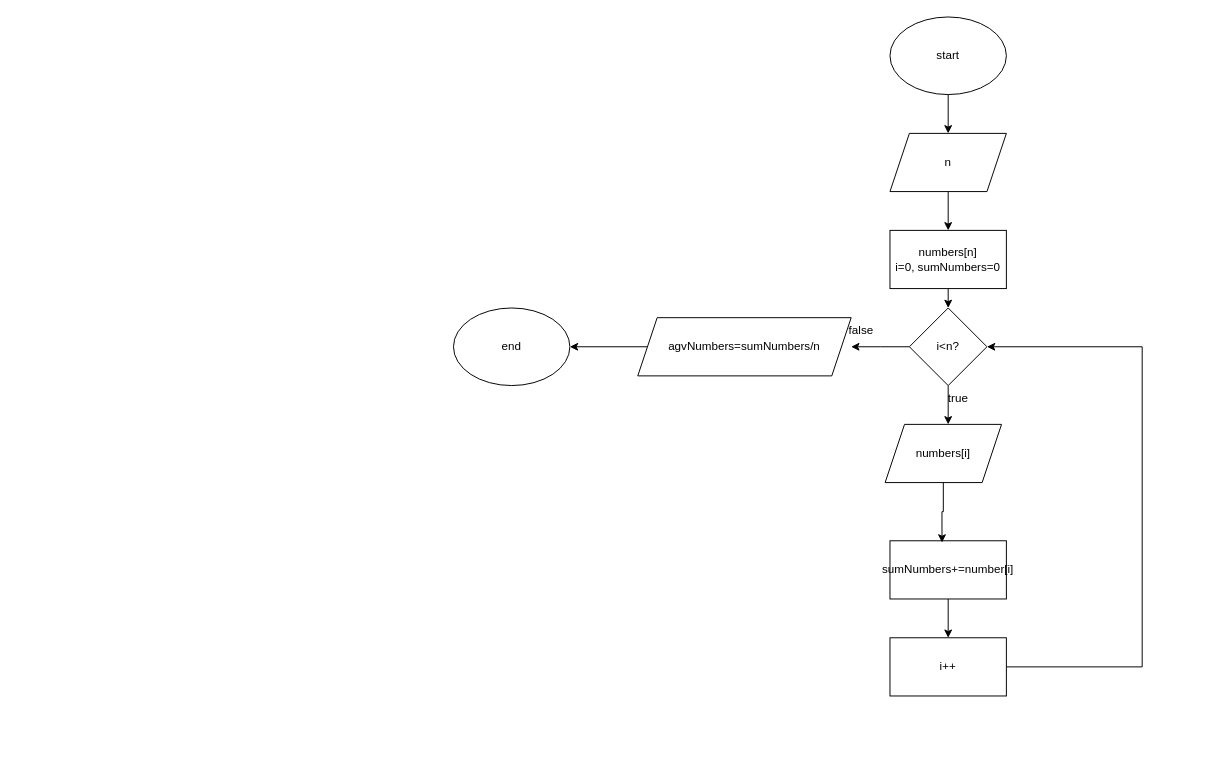
Duongleaaa/C keeps this draw.io diagram as BTSS8/BTH2.drawio. Above is the earlier version. Source tidied: cells renumbered, new cells numbered last; positions are measured from the earlier drawing's top-left corner, leaving out a move shared by most shapes. Both pictures are drawn from the tidied source at 97%, with x=0, y=0 at pixel (453, 16).
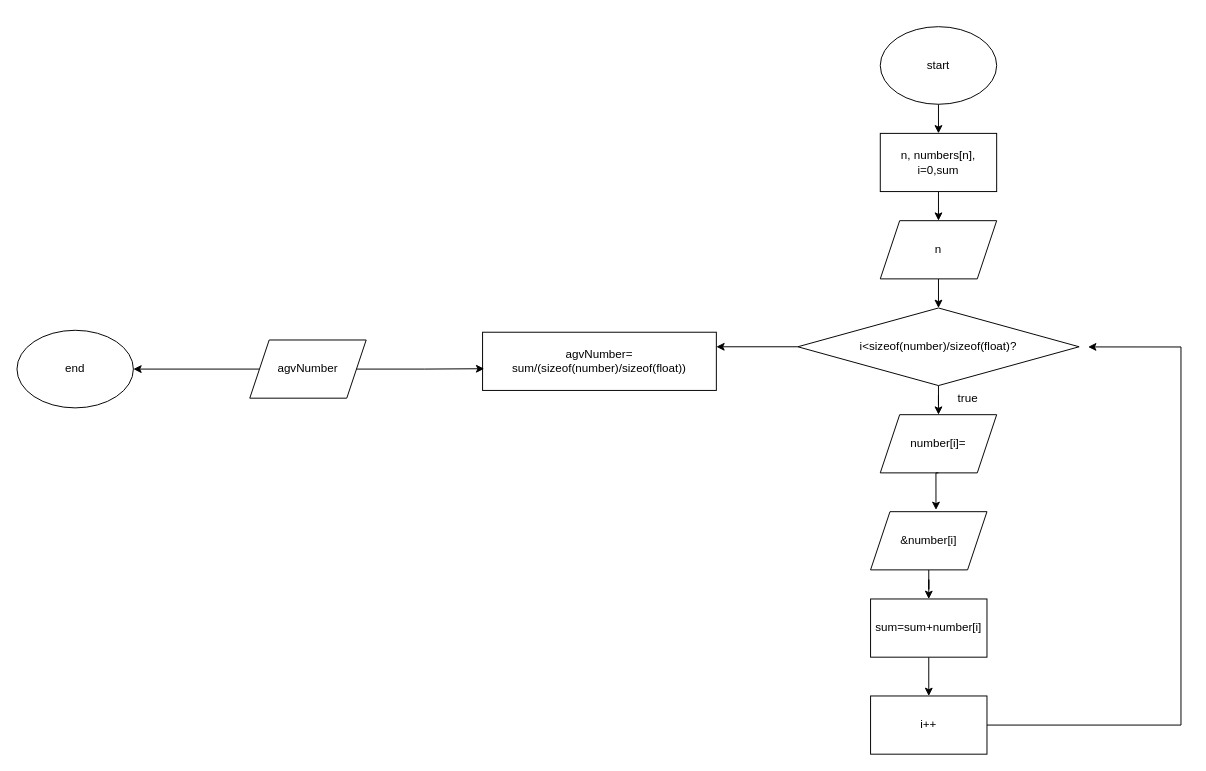
Above is the later version.

What changed in the source:
```diff
@@
-    <mxCell id="2" style="edgeStyle=orthogonalEdgeStyle;rounded=0;jettySize=auto;html=1;exitX=0.5;exitY=1;exitDx=0;exitDy=0;entryX=0.5;entryY=0;entryDx=0;entryDy=0;" parent="1" edge="1" source="3" target="5">
-      <mxGeometry relative="1" as="geometry" />
-    </mxCell>
+    <mxCell id="22" style="edgeStyle=orthogonalEdgeStyle;rounded=0;jettySize=auto;html=1;exitX=0.5;exitY=1;exitDx=0;exitDy=0;entryX=0.5;entryY=0;entryDx=0;entryDy=0;" parent="1" edge="1" source="3" target="24">
+      <mxGeometry relative="1" as="geometry" />
+    </mxCell>
     <mxCell id="3" value="start" style="ellipse;whiteSpace=wrap;html=1;" parent="1" vertex="1">
-      <mxGeometry x="450" width="120" height="80" as="geometry" />
+      <mxGeometry x="440" y="10" width="120" height="80" as="geometry" />
     </mxCell>
-    <mxCell id="4" style="edgeStyle=orthogonalEdgeStyle;rounded=0;jettySize=auto;html=1;exitX=0.5;exitY=1;exitDx=0;exitDy=0;entryX=0.5;entryY=0;entryDx=0;entryDy=0;" parent="1" edge="1" source="5" target="7">
-      <mxGeometry relative="1" as="geometry" />
-    </mxCell>
+    <mxCell id="23" style="edgeStyle=orthogonalEdgeStyle;rounded=0;jettySize=auto;html=1;exitX=0.5;exitY=1;exitDx=0;exitDy=0;entryX=0.5;entryY=0;entryDx=0;entryDy=0;" parent="1" edge="1" source="24" target="5">
+      <mxGeometry relative="1" as="geometry" />
+    </mxCell>
+    <mxCell id="24" value="n, numbers[n],&lt;br&gt;i=0,sum" style="rounded=0;whiteSpace=wrap;html=1;" parent="1" vertex="1">
+      <mxGeometry x="440" y="120" width="120" height="60" as="geometry" />
+    </mxCell>
+    <mxCell id="25" style="edgeStyle=orthogonalEdgeStyle;rounded=0;jettySize=auto;html=1;exitX=0.5;exitY=1;exitDx=0;exitDy=0;entryX=0.5;entryY=0;entryDx=0;entryDy=0;" parent="1" edge="1" source="5" target="28">
+      <mxGeometry relative="1" as="geometry" />
+    </mxCell>
     <mxCell id="5" value="n" style="shape=parallelogram;perimeter=parallelogramPerimeter;whiteSpace=wrap;html=1;fixedSize=1;" parent="1" vertex="1">
-      <mxGeometry x="450" y="120" width="120" height="60" as="geometry" />
+      <mxGeometry x="440" y="210" width="120" height="60" as="geometry" />
     </mxCell>
-    <mxCell id="6" style="edgeStyle=orthogonalEdgeStyle;rounded=0;jettySize=auto;html=1;exitX=0.5;exitY=1;exitDx=0;exitDy=0;entryX=0.5;entryY=0;entryDx=0;entryDy=0;" parent="1" edge="1" source="7" target="10">
-      <mxGeometry relative="1" as="geometry" />
-    </mxCell>
-    <mxCell id="7" value="numbers[n]&lt;br&gt;i=0, sumNumbers=0" style="rounded=0;whiteSpace=wrap;html=1;" parent="1" vertex="1">
-      <mxGeometry x="450" y="220" width="120" height="60" as="geometry" />
-    </mxCell>
-    <mxCell id="8" style="edgeStyle=orthogonalEdgeStyle;rounded=0;jettySize=auto;html=1;exitX=0.5;exitY=1;exitDx=0;exitDy=0;" parent="1" edge="1" source="10">
-      <mxGeometry relative="1" as="geometry">
-        <mxPoint x="510" y="420" as="targetPoint" />
-      </mxGeometry>
-    </mxCell>
-    <mxCell id="9" style="edgeStyle=orthogonalEdgeStyle;rounded=0;jettySize=auto;html=1;exitX=0;exitY=0.5;exitDx=0;exitDy=0;" parent="1" edge="1" source="10">
-      <mxGeometry relative="1" as="geometry">
-        <mxPoint x="410" y="340" as="targetPoint" />
-      </mxGeometry>
-    </mxCell>
-    <mxCell id="10" value="i&amp;lt;n?" style="rhombus;whiteSpace=wrap;html=1;" parent="1" vertex="1">
-      <mxGeometry x="470" y="300" width="80" height="80" as="geometry" />
-    </mxCell>
-    <mxCell id="11" value="false" style="text;html=1;align=center;verticalAlign=middle;strokeColor=none;fillColor=none;" parent="1" vertex="1">
-      <mxGeometry x="395" y="308" width="50" height="30" as="geometry" />
-    </mxCell>
+    <mxCell id="26" style="edgeStyle=orthogonalEdgeStyle;rounded=0;jettySize=auto;html=1;exitX=0.5;exitY=1;exitDx=0;exitDy=0;" parent="1" edge="1" source="28" target="29">
+      <mxGeometry relative="1" as="geometry" />
+    </mxCell>
+    <mxCell id="27" style="edgeStyle=orthogonalEdgeStyle;rounded=0;jettySize=auto;html=1;exitX=0;exitY=0.5;exitDx=0;exitDy=0;entryX=1;entryY=0.25;entryDx=0;entryDy=0;" parent="1" edge="1" source="28" target="33">
+      <mxGeometry relative="1" as="geometry" />
+    </mxCell>
+    <mxCell id="28" value="i&amp;lt;sizeof(number)/sizeof(float)?" style="rhombus;whiteSpace=wrap;html=1;" parent="1" vertex="1">
+      <mxGeometry x="355" y="300" width="290" height="80" as="geometry" />
+    </mxCell>
+    <mxCell id="29" value="number[i]=" style="shape=parallelogram;perimeter=parallelogramPerimeter;whiteSpace=wrap;html=1;fixedSize=1;" parent="1" vertex="1">
+      <mxGeometry x="440" y="410" width="120" height="60" as="geometry" />
+    </mxCell>
+    <mxCell id="30" style="edgeStyle=orthogonalEdgeStyle;rounded=0;jettySize=auto;html=1;exitX=0.5;exitY=1;exitDx=0;exitDy=0;" parent="1" edge="1" source="31" target="35">
+      <mxGeometry relative="1" as="geometry" />
+    </mxCell>
+    <mxCell id="31" value="&amp;amp;number[i]" style="shape=parallelogram;perimeter=parallelogramPerimeter;whiteSpace=wrap;html=1;fixedSize=1;" parent="1" vertex="1">
+      <mxGeometry x="430" y="510" width="120" height="60" as="geometry" />
+    </mxCell>
+    <mxCell id="32" style="edgeStyle=orthogonalEdgeStyle;rounded=0;jettySize=auto;html=1;exitX=1;exitY=0.5;exitDx=0;exitDy=0;entryX=1.032;entryY=0.502;entryDx=0;entryDy=0;entryPerimeter=0;" parent="1" edge="1" source="15" target="28">
+      <mxGeometry relative="1" as="geometry">
+        <Array as="points">
+          <mxPoint x="750" y="730" />
+          <mxPoint x="750" y="340" />
+        </Array>
+      </mxGeometry>
+    </mxCell>
+    <mxCell id="15" value="i++" style="rounded=0;whiteSpace=wrap;html=1;" parent="1" vertex="1">
+      <mxGeometry x="430" y="700" width="120" height="60" as="geometry" />
+    </mxCell>
     <mxCell id="12" value="true" style="text;html=1;align=center;verticalAlign=middle;strokeColor=none;fillColor=none;" parent="1" vertex="1">
-      <mxGeometry x="500" y="378" width="40" height="30" as="geometry" />
+      <mxGeometry x="510" y="378" width="40" height="30" as="geometry" />
     </mxCell>
-    <mxCell id="13" value="numbers[i]" style="shape=parallelogram;perimeter=parallelogramPerimeter;whiteSpace=wrap;html=1;fixedSize=1;" parent="1" vertex="1">
-      <mxGeometry x="445" y="420" width="120" height="60" as="geometry" />
-    </mxCell>
-    <mxCell id="14" style="edgeStyle=orthogonalEdgeStyle;rounded=0;jettySize=auto;html=1;exitX=1;exitY=0.5;exitDx=0;exitDy=0;" parent="1" edge="1" source="15" target="10">
-      <mxGeometry relative="1" as="geometry">
-        <Array as="points">
-          <mxPoint x="710" y="670" />
-          <mxPoint x="710" y="340" />
-        </Array>
-      </mxGeometry>
-    </mxCell>
-    <mxCell id="15" value="i++" style="rounded=0;whiteSpace=wrap;html=1;" parent="1" vertex="1">
-      <mxGeometry x="450" y="640" width="120" height="60" as="geometry" />
-    </mxCell>
-    <mxCell id="16" style="edgeStyle=orthogonalEdgeStyle;rounded=0;jettySize=auto;html=1;exitX=0.5;exitY=1;exitDx=0;exitDy=0;" parent="1" edge="1" source="17" target="15">
-      <mxGeometry relative="1" as="geometry" />
-    </mxCell>
-    <mxCell id="17" value="sumNumbers+=number[i]" style="rounded=0;whiteSpace=wrap;html=1;" parent="1" vertex="1">
-      <mxGeometry x="450" y="540" width="120" height="60" as="geometry" />
-    </mxCell>
-    <mxCell id="18" style="edgeStyle=orthogonalEdgeStyle;rounded=0;jettySize=auto;html=1;exitX=0;exitY=0.5;exitDx=0;exitDy=0;" parent="1" edge="1" source="19" target="21">
-      <mxGeometry relative="1" as="geometry" />
-    </mxCell>
-    <mxCell id="19" value="agvNumbers=sumNumbers/n" style="shape=parallelogram;perimeter=parallelogramPerimeter;whiteSpace=wrap;html=1;fixedSize=1;" parent="1" vertex="1">
-      <mxGeometry x="190" y="310" width="220" height="60" as="geometry" />
-    </mxCell>
-    <mxCell id="20" style="edgeStyle=orthogonalEdgeStyle;rounded=0;jettySize=auto;html=1;exitX=0.5;exitY=1;exitDx=0;exitDy=0;entryX=0.447;entryY=0.03;entryDx=0;entryDy=0;entryPerimeter=0;" parent="1" edge="1" source="13" target="17">
-      <mxGeometry relative="1" as="geometry" />
-    </mxCell>
+    <mxCell id="33" value="agvNumber= sum/(sizeof(number)/sizeof(float))" style="rounded=0;whiteSpace=wrap;html=1;" parent="1" vertex="1">
+      <mxGeometry x="30" y="325" width="241" height="60" as="geometry" />
+    </mxCell>
+    <mxCell id="34" style="edgeStyle=orthogonalEdgeStyle;rounded=0;jettySize=auto;html=1;exitX=0.5;exitY=1;exitDx=0;exitDy=0;entryX=0.5;entryY=0;entryDx=0;entryDy=0;" parent="1" edge="1" source="35" target="15">
+      <mxGeometry relative="1" as="geometry" />
+    </mxCell>
+    <mxCell id="35" value="sum=sum+number[i]" style="rounded=0;whiteSpace=wrap;html=1;" parent="1" vertex="1">
+      <mxGeometry x="430" y="600" width="120" height="60" as="geometry" />
+    </mxCell>
+    <mxCell id="36" style="edgeStyle=orthogonalEdgeStyle;rounded=0;jettySize=auto;html=1;exitX=0.5;exitY=1;exitDx=0;exitDy=0;entryX=0.562;entryY=-0.03;entryDx=0;entryDy=0;entryPerimeter=0;" parent="1" edge="1" source="29" target="31">
+      <mxGeometry relative="1" as="geometry" />
+    </mxCell>
+    <mxCell id="37" style="edgeStyle=orthogonalEdgeStyle;rounded=0;jettySize=auto;html=1;exitX=0;exitY=0.5;exitDx=0;exitDy=0;entryX=1;entryY=0.5;entryDx=0;entryDy=0;" parent="1" edge="1" source="38" target="21">
+      <mxGeometry relative="1" as="geometry" />
+    </mxCell>
+    <mxCell id="38" value="agvNumber" style="shape=parallelogram;perimeter=parallelogramPerimeter;whiteSpace=wrap;html=1;fixedSize=1;" parent="1" vertex="1">
+      <mxGeometry x="-210" y="333" width="120" height="60" as="geometry" />
+    </mxCell>
+    <mxCell id="39" style="edgeStyle=orthogonalEdgeStyle;rounded=0;jettySize=auto;html=1;exitX=1;exitY=0.5;exitDx=0;exitDy=0;entryX=0.007;entryY=0.627;entryDx=0;entryDy=0;entryPerimeter=0;" parent="1" edge="1" source="38" target="33">
+      <mxGeometry relative="1" as="geometry" />
+    </mxCell>
     <mxCell id="21" value="end" style="ellipse;whiteSpace=wrap;html=1;" parent="1" vertex="1">
-      <mxGeometry y="300" width="120" height="80" as="geometry" />
+      <mxGeometry x="-450" y="323" width="120" height="80" as="geometry" />
     </mxCell>
```
